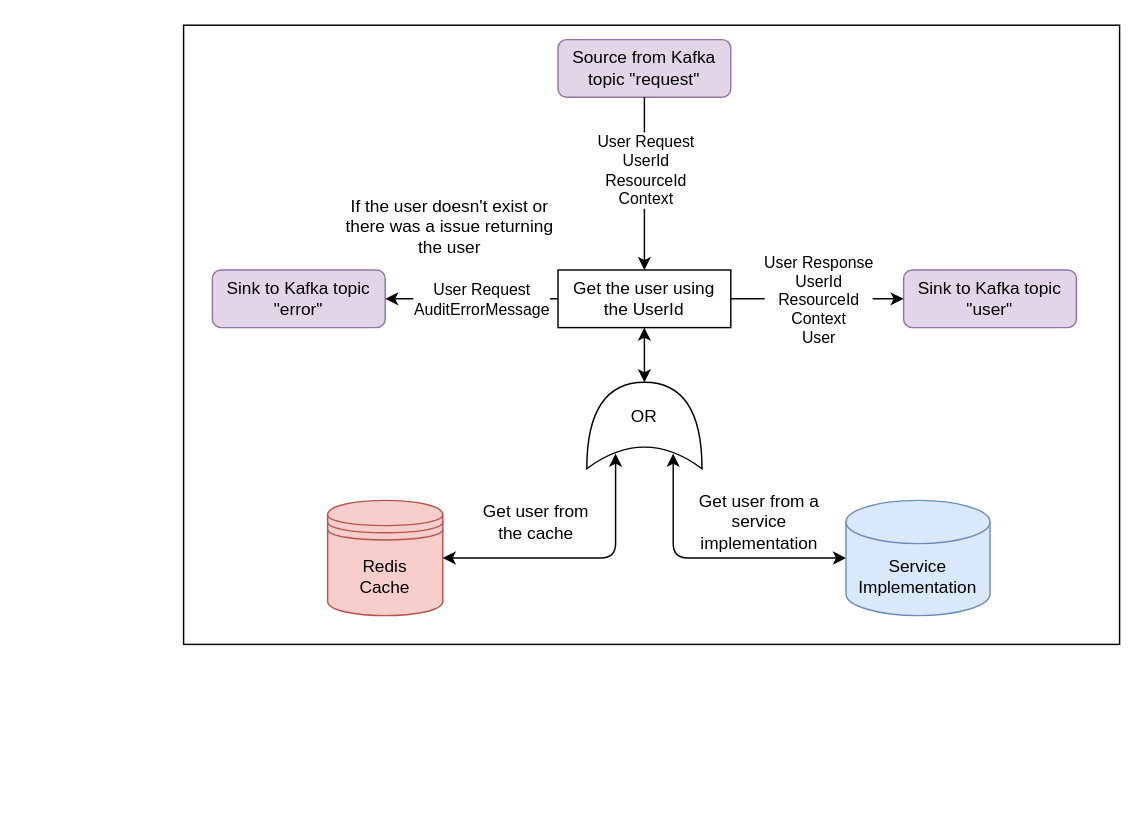
Earlier version of the draw.io diagram user-service/doc/user-service.drawio (gchq/Palisade-services). Source tidied: cells renumbered, new cells numbered last; positions are measured from the earlier drawing's top-left corner, leaving out a move shared by most shapes. Both pictures are drawn from the tidied source at 144%, with x=0, y=0 at pixel (183, 24).
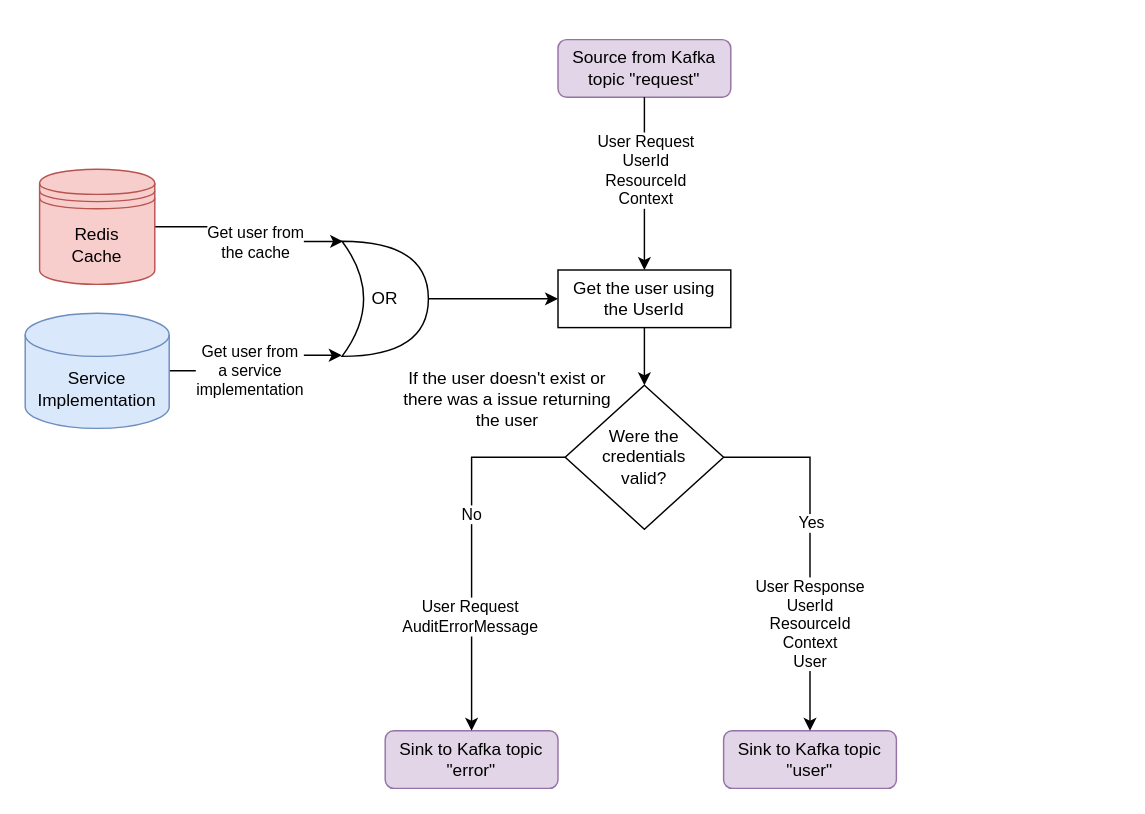
The same page after the edit.

Unchanged cells that the change refers to:
```xml
<mxCell id="6" value="Get the user using the UserId" style="rounded=0;whiteSpace=wrap;html=1;" parent="1" vertex="1">
  <mxGeometry x="260" y="170" width="120" height="40" as="geometry" />
</mxCell>
```

Change to the diagram source:
```diff
@@
-    <mxCell id="2" style="rounded=0;whiteSpace=wrap;html=1;" parent="1" vertex="1">
-      <mxGeometry width="650" height="430" as="geometry" />
-    </mxCell>
@@
-    <mxCell id="4" value="&lt;span&gt;Sink to Kafka topic &quot;user&quot;&lt;/span&gt;" style="rounded=1;whiteSpace=wrap;html=1;fillColor=#e1d5e7;strokeColor=#9673a6;" parent="1" vertex="1">
-      <mxGeometry x="500" y="170" width="120" height="40" as="geometry" />
-    </mxCell>
-    <mxCell id="5" value="Sink to Kafka topic &quot;error&quot;" style="rounded=1;whiteSpace=wrap;html=1;fillColor=#e1d5e7;strokeColor=#9673a6;" parent="1" vertex="1">
-      <mxGeometry x="20" y="170" width="120" height="40" as="geometry" />
-    </mxCell>
+    <mxCell id="23" style="edgeStyle=orthogonalEdgeStyle;rounded=0;jettySize=auto;html=1;exitX=0.5;exitY=1;exitDx=0;exitDy=0;" parent="1" edge="1" source="6" target="26">
+      <mxGeometry relative="1" as="geometry" />
+    </mxCell>
@@
-    <mxCell id="9" style="endArrow=classic;html=1;exitX=1;exitY=0.5;exitDx=0;exitDy=0;entryX=0;entryY=0.5;entryDx=0;entryDy=0;" parent="1" edge="1" source="6" target="4">
-      <mxGeometry relative="1" as="geometry" />
-    </mxCell>
-    <mxCell id="10" value="User Response&lt;br&gt;UserId&lt;br&gt;ResourceId&lt;br&gt;Context&lt;br&gt;User" style="edgeLabel;html=1;align=center;verticalAlign=middle;" parent="9" vertex="1">
-      <mxGeometry x="0.18" y="1" relative="1" as="geometry">
-        <mxPoint x="-11" y="1" as="offset" />
-      </mxGeometry>
-    </mxCell>
-    <mxCell id="11" style="endArrow=classic;html=1;entryX=1;entryY=0.5;entryDx=0;entryDy=0;exitX=0;exitY=0.5;exitDx=0;exitDy=0;" parent="1" edge="1" source="6" target="5">
-      <mxGeometry relative="1" as="geometry" />
-    </mxCell>
-    <mxCell id="12" value="User Request&lt;br&gt;AuditErrorMessage&lt;br&gt;" style="edgeLabel;html=1;align=center;verticalAlign=middle;" parent="11" vertex="1">
-      <mxGeometry x="0.1" y="-1" relative="1" as="geometry">
-        <mxPoint x="12" y="1" as="offset" />
-      </mxGeometry>
-    </mxCell>
+    <mxCell id="19" style="edgeStyle=orthogonalEdgeStyle;rounded=0;jettySize=auto;html=1;exitX=1;exitY=0.5;exitDx=0;exitDy=0;entryX=0.013;entryY=0.002;entryDx=0;entryDy=0;entryPerimeter=0;" parent="1" edge="1" source="14" target="18">
+      <mxGeometry relative="1" as="geometry">
+        <Array as="points">
+          <mxPoint x="45" y="140" />
+          <mxPoint x="45" y="150" />
+        </Array>
+      </mxGeometry>
+    </mxCell>
+    <mxCell id="15" value="&lt;div&gt;Get user from &lt;br&gt;&lt;/div&gt;&lt;div&gt;the cache&lt;/div&gt;" style="edgeLabel;html=1;align=center;verticalAlign=middle;" parent="19" vertex="1">
+      <mxGeometry x="-0.23" relative="1" as="geometry">
+        <mxPoint x="15" y="10" as="offset" />
+      </mxGeometry>
+    </mxCell>
+    <mxCell id="14" value="&lt;div&gt;&lt;span&gt;Redis&lt;/span&gt;&lt;/div&gt;&lt;div&gt;&lt;span&gt;Cache&lt;/span&gt;&lt;/div&gt;" style="shape=datastore;whiteSpace=wrap;html=1;labelBackgroundColor=none;fillColor=#f8cecc;strokeColor=#b85450;" parent="1" vertex="1">
+      <mxGeometry x="-100" y="100" width="80" height="80" as="geometry" />
+    </mxCell>
-    <mxCell id="13" style="endArrow=classic;startArrow=classic;html=1;entryX=0.175;entryY=0.75;entryDx=0;entryDy=0;entryPerimeter=0;exitX=0;exitY=0.5;exitDx=0;exitDy=0;exitPerimeter=0;" parent="1" edge="1" source="17" target="18">
+    <mxCell id="13" style="edgeStyle=orthogonalEdgeStyle;rounded=0;jettySize=auto;html=1;exitX=1;exitY=0.5;exitDx=0;exitDy=0;exitPerimeter=0;entryX=-0.003;entryY=0.99;entryDx=0;entryDy=0;entryPerimeter=0;" parent="1" edge="1" source="17" target="18">
       <mxGeometry relative="1" as="geometry">
         <Array as="points">
-          <mxPoint x="340" y="370" />
+          <mxPoint x="50" y="240" />
+          <mxPoint x="50" y="229" />
         </Array>
       </mxGeometry>
     </mxCell>
-    <mxCell id="14" value="&lt;div&gt;&lt;span&gt;Redis&lt;/span&gt;&lt;/div&gt;&lt;div&gt;&lt;span&gt;Cache&lt;/span&gt;&lt;/div&gt;" style="shape=datastore;whiteSpace=wrap;html=1;labelBackgroundColor=none;fillColor=#f8cecc;strokeColor=#b85450;" parent="1" vertex="1">
-      <mxGeometry x="100" y="330" width="80" height="80" as="geometry" />
-    </mxCell>
-    <mxCell id="15" value="Get user from the cache" style="text;html=1;strokeColor=none;fillColor=none;align=center;verticalAlign=middle;whiteSpace=wrap;rounded=0;" parent="1" vertex="1">
-      <mxGeometry x="200" y="330" width="90" height="30" as="geometry" />
-    </mxCell>
-    <mxCell id="16" value="Get user from a service implementation" style="text;html=1;strokeColor=none;fillColor=none;align=center;verticalAlign=middle;whiteSpace=wrap;rounded=0;" parent="1" vertex="1">
-      <mxGeometry x="350" y="330" width="100" height="30" as="geometry" />
+    <mxCell id="16" value="&lt;div&gt;Get user from &lt;br&gt;&lt;/div&gt;&lt;div&gt;a service &lt;br&gt;&lt;/div&gt;&lt;div&gt;implementation&lt;/div&gt;" style="edgeLabel;html=1;align=center;verticalAlign=middle;" parent="13" vertex="1">
+      <mxGeometry x="0.23" relative="1" as="geometry">
+        <mxPoint x="-14" y="10" as="offset" />
+      </mxGeometry>
     </mxCell>
     <mxCell id="17" value="Service Implementation" style="shape=cylinder3;whiteSpace=wrap;html=1;boundedLbl=1;backgroundOutline=1;size=15;fillColor=#dae8fc;strokeColor=#6c8ebf;" parent="1" vertex="1">
-      <mxGeometry x="460" y="330" width="100" height="80" as="geometry" />
+      <mxGeometry x="-110" y="200" width="100" height="80" as="geometry" />
     </mxCell>
+    <mxCell id="20" style="edgeStyle=orthogonalEdgeStyle;rounded=0;jettySize=auto;html=1;exitX=1;exitY=0.5;exitDx=0;exitDy=0;exitPerimeter=0;entryX=0;entryY=0.5;entryDx=0;entryDy=0;" parent="1" edge="1" source="18" target="6">
+      <mxGeometry relative="1" as="geometry" />
+    </mxCell>
-    <mxCell id="18" style="shape=xor;whiteSpace=wrap;html=1;rotation=-90;" parent="1" vertex="1">
-      <mxGeometry x="290" y="238" width="60" height="80" as="geometry" />
+    <mxCell id="18" value="&lt;div&gt;OR&lt;/div&gt;" style="shape=xor;whiteSpace=wrap;html=1;rotation=0;" parent="1" vertex="1">
+      <mxGeometry x="110" y="150" width="60" height="80" as="geometry" />
     </mxCell>
-    <mxCell id="19" style="endArrow=classic;startArrow=classic;html=1;entryX=0.175;entryY=0.25;entryDx=0;entryDy=0;entryPerimeter=0;exitX=1;exitY=0.5;exitDx=0;exitDy=0;" parent="1" edge="1" source="14" target="18">
-      <mxGeometry relative="1" as="geometry">
-        <Array as="points">
-          <mxPoint x="300" y="370" />
-        </Array>
-      </mxGeometry>
-    </mxCell>
-    <mxCell id="20" style="endArrow=classic;startArrow=classic;html=1;entryX=0.5;entryY=1;entryDx=0;entryDy=0;" parent="1" edge="1" source="18" target="6">
-      <mxGeometry relative="1" as="geometry" />
-    </mxCell>
-    <mxCell id="21" value="OR" style="text;html=1;strokeColor=none;fillColor=none;align=center;verticalAlign=middle;whiteSpace=wrap;rounded=0;" parent="1" vertex="1">
-      <mxGeometry x="300" y="262" width="40" height="20" as="geometry" />
-    </mxCell>
+    <mxCell id="4" value="&lt;span&gt;Sink to Kafka topic &quot;user&quot;&lt;/span&gt;" style="rounded=1;whiteSpace=wrap;html=1;fillColor=#e1d5e7;strokeColor=#9673a6;" parent="1" vertex="1">
+      <mxGeometry x="375" y="490" width="120" height="40" as="geometry" />
+    </mxCell>
+    <mxCell id="5" value="Sink to Kafka topic &quot;error&quot;" style="rounded=1;whiteSpace=wrap;html=1;fillColor=#e1d5e7;strokeColor=#9673a6;" parent="1" vertex="1">
+      <mxGeometry x="140" y="490" width="120" height="40" as="geometry" />
+    </mxCell>
     <mxCell id="22" value="If the user doesn't exist or there was a issue returning the user" style="text;html=1;strokeColor=none;fillColor=none;align=center;verticalAlign=middle;whiteSpace=wrap;rounded=0;" parent="1" vertex="1">
-      <mxGeometry x="110" y="110" width="150" height="60" as="geometry" />
+      <mxGeometry x="150" y="230" width="150" height="60" as="geometry" />
     </mxCell>
+    <mxCell id="24" value="No" style="edgeStyle=orthogonalEdgeStyle;rounded=0;jettySize=auto;html=1;exitX=0;exitY=0.5;exitDx=0;exitDy=0;entryX=0.5;entryY=0;entryDx=0;entryDy=0;" parent="1" edge="1" source="26" target="5">
+      <mxGeometry x="-0.18" relative="1" as="geometry" />
+    </mxCell>
+    <mxCell id="12" value="User Request&lt;br&gt;AuditErrorMessage" style="edgeLabel;html=1;align=center;verticalAlign=middle;" parent="24" vertex="1">
+      <mxGeometry x="0.37" y="-2" relative="1" as="geometry" />
+    </mxCell>
+    <mxCell id="10" value="&lt;div&gt;User Response&lt;/div&gt;&lt;div&gt;UserId&lt;/div&gt;ResourceId&lt;br&gt;Context&lt;br&gt;User" style="edgeStyle=orthogonalEdgeStyle;rounded=0;jettySize=auto;html=1;exitX=1;exitY=0.5;exitDx=0;exitDy=0;" parent="1" edge="1" source="26" target="4">
+      <mxGeometry x="0.41" relative="1" as="geometry" />
+    </mxCell>
+    <mxCell id="25" value="Yes" style="edgeLabel;html=1;align=center;verticalAlign=middle;" parent="10" vertex="1">
+      <mxGeometry x="-0.16" relative="1" as="geometry" />
+    </mxCell>
+    <mxCell id="26" value="&lt;div&gt;Were the&lt;/div&gt;&lt;div&gt; credentials &lt;br&gt;&lt;/div&gt;&lt;div&gt;valid?&lt;br&gt;&lt;/div&gt;" style="rhombus;whiteSpace=wrap;html=1;" parent="1" vertex="1">
+      <mxGeometry x="265" y="250" width="110" height="100" as="geometry" />
+    </mxCell>
```
